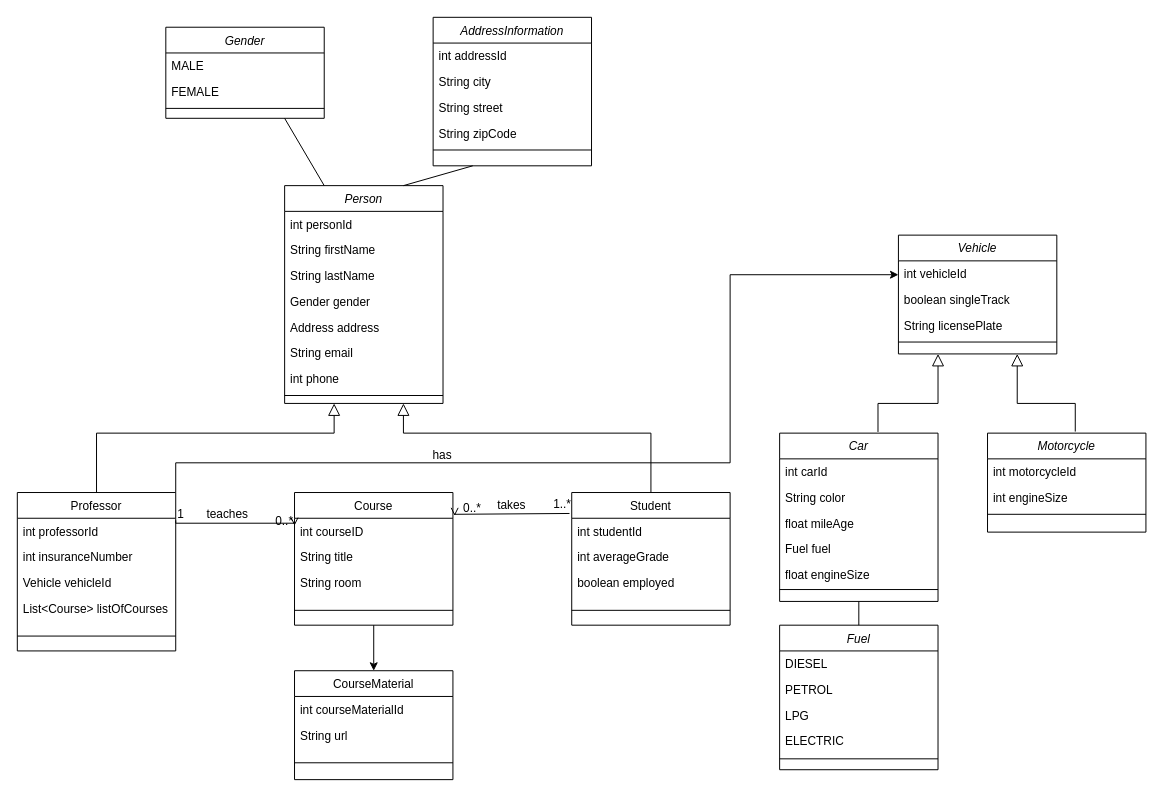
Above: page "univeristy" (2 of 2) of Temat5/hibernate.drawio in Kuba1618/TO (draw.io), before the change. Source tidied: cells renumbered, new cells numbered last; positions are measured from the earlier drawing's top-left corner, leaving out a move shared by most shapes. Both pictures are drawn from the tidied source at 99%, with x=0, y=0 at pixel (17, 17).
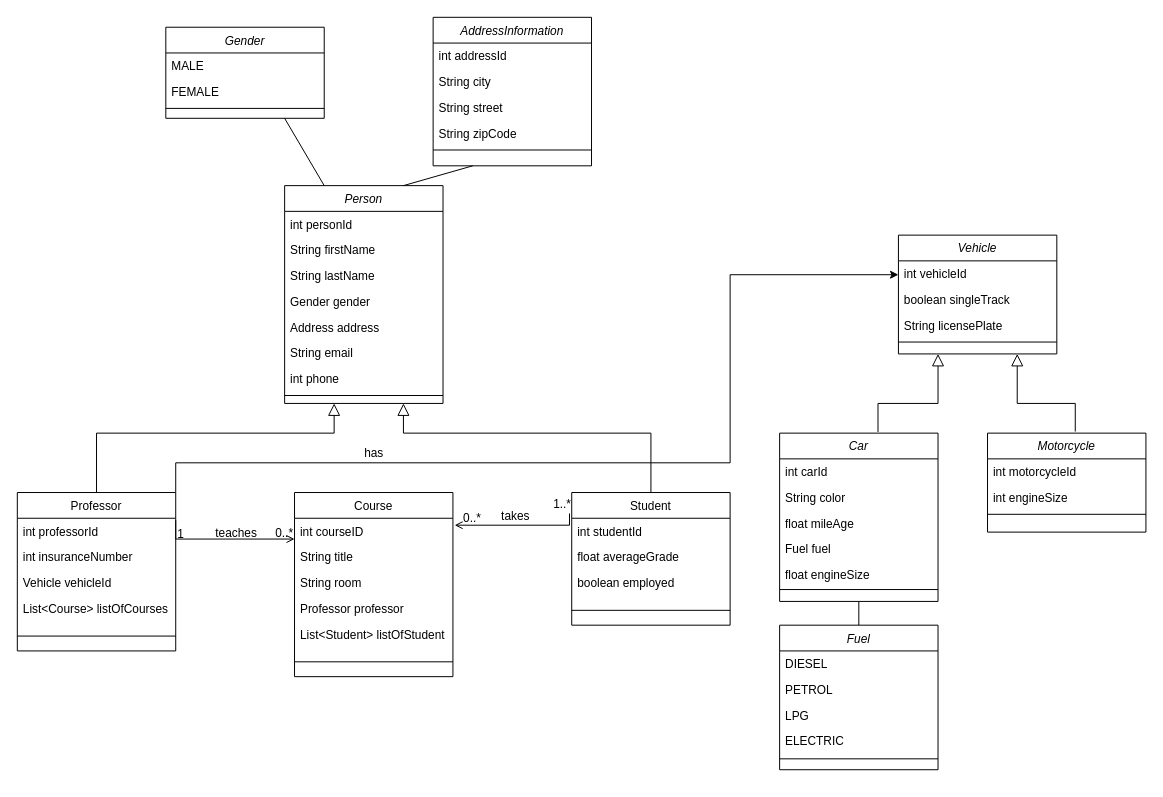
The same page after the edit.

The change refers to these unchanged cells:
```xml
<mxCell id="11" value="Student" style="swimlane;fontStyle=0;align=center;verticalAlign=top;horizontal=1;startSize=26;rounded=0;shadow=0;strokeWidth=1;" parent="1" vertex="1">
  <mxGeometry x="560" y="480" width="160" height="134" as="geometry" />
</mxCell>
```

What changed in the source:
```diff
@@
-    <mxCell id="13" value="int averageGrade" style="text;align=left;verticalAlign=top;spacingLeft=4;spacingRight=4;overflow=hidden;rounded=0;shadow=0;html=0;" parent="11" vertex="1">
+    <mxCell id="13" value="float averageGrade" style="text;align=left;verticalAlign=top;spacingLeft=4;spacingRight=4;overflow=hidden;rounded=0;shadow=0;html=0;" parent="11" vertex="1">
       <mxGeometry y="52" width="160" height="26" as="geometry" />
     </mxCell>
@@
-    <mxCell id="25" style="edgeStyle=orthogonalEdgeStyle;rounded=0;jettySize=auto;html=1;" parent="1" edge="1" source="26" target="52">
-      <mxGeometry relative="1" as="geometry" />
-    </mxCell>
     <mxCell id="26" value="Course" style="swimlane;fontStyle=0;align=center;verticalAlign=top;horizontal=1;startSize=26;rounded=0;shadow=0;strokeWidth=1;" parent="1" vertex="1">
-      <mxGeometry x="280" y="480" width="160" height="134" as="geometry" />
+      <mxGeometry x="280" y="480" width="160" height="186" as="geometry" />
     </mxCell>
@@
+    <mxCell id="81" value="Professor professor" style="text;align=left;verticalAlign=top;spacingLeft=4;spacingRight=4;overflow=hidden;rounded=0;shadow=0;html=0;" parent="26" vertex="1">
+      <mxGeometry y="104" width="160" height="26" as="geometry" />
+    </mxCell>
+    <mxCell id="82" value="List&lt;Student&gt; listOfStudent" style="text;align=left;verticalAlign=top;spacingLeft=4;spacingRight=4;overflow=hidden;rounded=0;shadow=0;html=0;" parent="26" vertex="1">
+      <mxGeometry y="130" width="160" height="26" as="geometry" />
+    </mxCell>
     <mxCell id="30" style="line;html=1;strokeWidth=1;align=left;verticalAlign=middle;spacingTop=-1;spacingLeft=3;spacingRight=3;labelPosition=right;" parent="26" vertex="1">
-      <mxGeometry y="104" width="160" height="30" as="geometry" />
+      <mxGeometry y="156" width="160" height="30" as="geometry" />
     </mxCell>
     <mxCell id="31" style="endArrow=open;shadow=0;strokeWidth=1;rounded=0;endFill=1;edgeStyle=elbowEdgeStyle;elbow=vertical;entryX=0;entryY=0.25;entryDx=0;entryDy=0;" parent="1" edge="1" target="26">
       <mxGeometry x="0.5" y="41" relative="1" as="geometry">
         <mxPoint x="160" y="508" as="sourcePoint" />
+        <Array as="points">
+          <mxPoint x="240" y="527" />
+        </Array>
         <mxPoint x="-40" y="32" as="offset" />
       </mxGeometry>
     </mxCell>
     <mxCell id="32" value="1" style="align=left;verticalAlign=bottom;labelBackgroundColor=none;fontSize=12;" parent="31" vertex="1">
       <mxGeometry x="-1" relative="1" as="geometry">
-        <mxPoint y="2" as="offset" />
+        <mxPoint y="22" as="offset" />
       </mxGeometry>
     </mxCell>
@@
     <mxCell id="34" value="teaches" style="text;html=1;align=center;verticalAlign=middle;labelBackgroundColor=none;rounded=0;shadow=0;strokeWidth=1;fontSize=12;" parent="31" vertex="1">
       <mxGeometry x="0.5" y="49" relative="1" as="geometry">
-        <mxPoint x="-40" y="39" as="offset" />
+        <mxPoint x="-26" y="42" as="offset" />
       </mxGeometry>
     </mxCell>
     <mxCell id="35" style="endArrow=open;shadow=0;strokeWidth=1;rounded=0;endFill=1;edgeStyle=elbowEdgeStyle;elbow=vertical;entryX=1.011;entryY=0.176;entryDx=0;entryDy=0;entryPerimeter=0;exitX=-0.014;exitY=0.158;exitDx=0;exitDy=0;exitPerimeter=0;" parent="1" edge="1" source="11" target="26">
       <mxGeometry x="0.5" y="41" relative="1" as="geometry">
+        <Array as="points">
+          <mxPoint x="490" y="513" />
+        </Array>
         <mxPoint x="-40" y="32" as="offset" />
       </mxGeometry>
     </mxCell>
@@
     <mxCell id="39" value="has" style="text;html=1;align=center;verticalAlign=middle;labelBackgroundColor=none;rounded=0;shadow=0;strokeWidth=1;fontSize=12;" parent="35" vertex="1">
       <mxGeometry x="0.5" y="49" relative="1" as="geometry">
-        <mxPoint x="-41" y="-109" as="offset" />
+        <mxPoint x="-114" y="-122" as="offset" />
       </mxGeometry>
     </mxCell>
@@
-    <mxCell id="52" value="CourseMaterial" style="swimlane;fontStyle=0;align=center;verticalAlign=top;horizontal=1;startSize=26;rounded=0;shadow=0;strokeWidth=1;" parent="1" vertex="1">
-      <mxGeometry x="280" y="660" width="160" height="110" as="geometry" />
-    </mxCell>
-    <mxCell id="53" value="int courseMaterialId" style="text;align=left;verticalAlign=top;spacingLeft=4;spacingRight=4;overflow=hidden;" parent="52" vertex="1">
-      <mxGeometry y="26" width="160" height="26" as="geometry" />
-    </mxCell>
-    <mxCell id="54" value="String url" style="text;align=left;verticalAlign=top;spacingLeft=4;spacingRight=4;overflow=hidden;rounded=0;shadow=0;html=0;" parent="52" vertex="1">
-      <mxGeometry y="52" width="160" height="26" as="geometry" />
-    </mxCell>
-    <mxCell id="55" style="line;html=1;strokeWidth=1;align=left;verticalAlign=middle;spacingTop=-1;spacingLeft=3;spacingRight=3;labelPosition=right;" parent="52" vertex="1">
-      <mxGeometry y="78" width="160" height="30" as="geometry" />
-    </mxCell>
```
